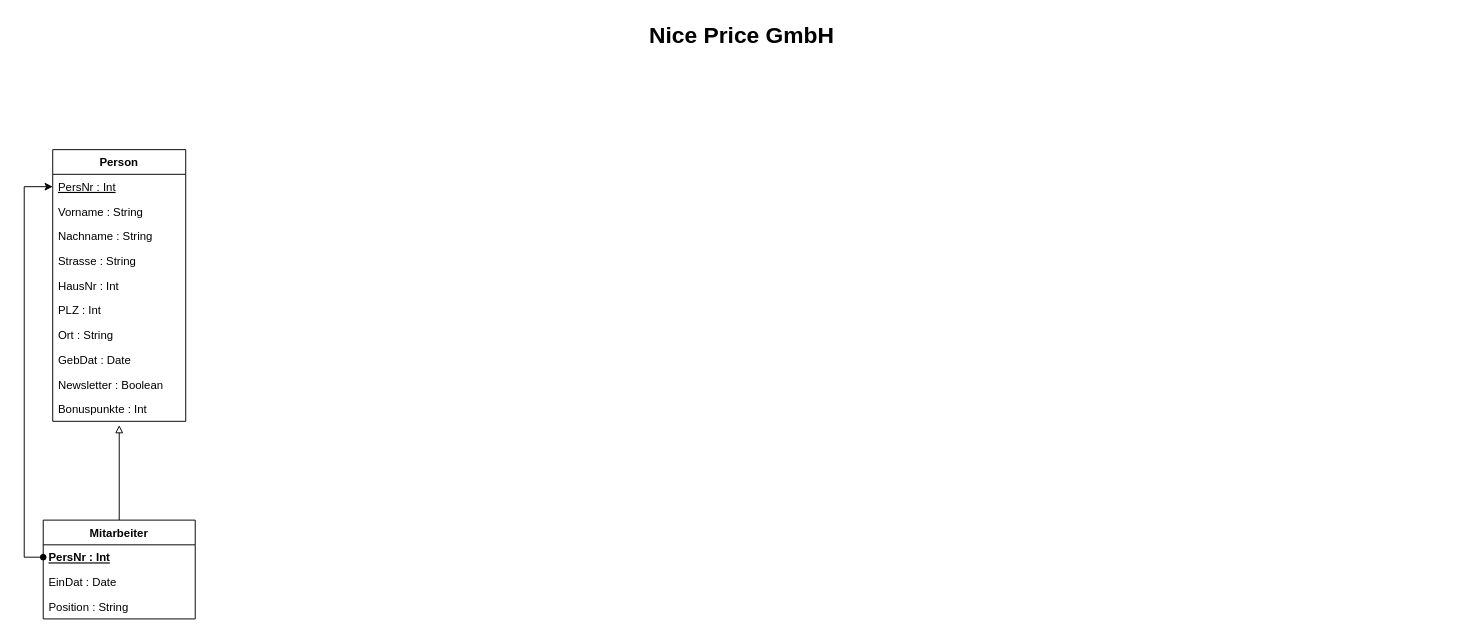
This is NicePriceUML.drawio from Resteklicken/DBS, a draw.io file, before an edit. Source tidied: cells renumbered, new cells numbered last; positions are measured from the earlier drawing's top-left corner, leaving out a move shared by most shapes. Both pictures are drawn from the tidied source at 95%, with x=0, y=0 at pixel (24, 16).
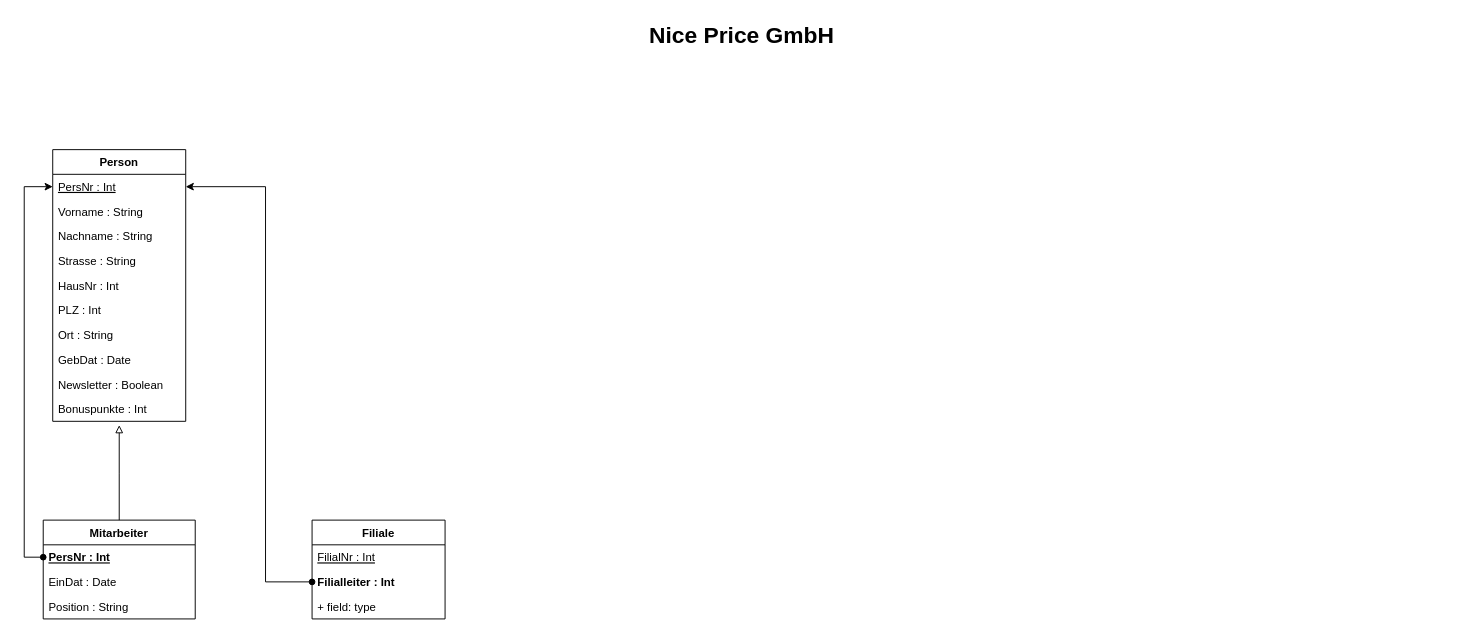
The same diagram, later.

Commit message:
Added Filiale Table

The change refers to these unchanged cells:
```xml
<mxCell id="4" value="PersNr : Int" style="text;strokeColor=none;align=left;verticalAlign=top;spacingLeft=4;spacingRight=4;overflow=hidden;points=[[0,0.5],[1,0.5]];portConstraint=eastwest;fontStyle=4;" parent="3" vertex="1">
  <mxGeometry y="26" width="140" height="26" as="geometry" />
</mxCell>
<mxCell id="15" value="Mitarbeiter&#10;" style="swimlane;fontStyle=1;align=center;verticalAlign=top;horizontal=1;startSize=26;fillColor=none;" parent="1" vertex="1">
  <mxGeometry x="20" y="530" width="160" height="104" as="geometry" />
</mxCell>
```

The edit, as a diff of the source:
```diff
@@
-    <mxCell id="14" style="edgeStyle=orthogonalEdgeStyle;rounded=0;jettySize=auto;html=1;endArrow=block;endFill=0;" parent="1" edge="1" source="15">
+    <mxCell id="14" style="edgeStyle=orthogonalEdgeStyle;rounded=0;jettySize=auto;html=1;endArrow=block;endFill=0;horizontal=1;" parent="1" edge="1" source="15">
       <mxGeometry relative="1" as="geometry">
         <mxPoint x="100" y="430" as="targetPoint" />
       </mxGeometry>
     </mxCell>
@@
+    <mxCell id="20" value="Filiale" style="swimlane;fontStyle=1;horizontal=1;startSize=26;fillColor=none;" parent="1" vertex="1">
+      <mxGeometry x="303" y="530" width="140" height="104" as="geometry" />
+    </mxCell>
+    <mxCell id="21" value="FilialNr : Int" style="text;strokeColor=none;fillColor=none;align=left;verticalAlign=top;spacingLeft=4;spacingRight=4;overflow=hidden;fontStyle=4;" parent="20" vertex="1">
+      <mxGeometry y="26" width="140" height="26" as="geometry" />
+    </mxCell>
+    <mxCell id="22" value="Filialleiter : Int" style="text;strokeColor=none;fillColor=none;align=left;verticalAlign=top;spacingLeft=4;spacingRight=4;overflow=hidden;points=[[0,0.5],[1,0.5]];portConstraint=eastwest;fontStyle=1;" parent="20" vertex="1">
+      <mxGeometry y="52" width="140" height="26" as="geometry" />
+    </mxCell>
+    <mxCell id="23" value="+ field: type" style="text;strokeColor=none;fillColor=none;align=left;verticalAlign=top;spacingLeft=4;spacingRight=4;overflow=hidden;" parent="20" vertex="1">
+      <mxGeometry y="78" width="140" height="26" as="geometry" />
+    </mxCell>
+    <mxCell id="24" style="edgeStyle=orthogonalEdgeStyle;rounded=0;jettySize=auto;html=1;exitX=0;exitY=0.5;exitDx=0;exitDy=0;startArrow=oval;startFill=1;endArrow=classic;endFill=1;entryX=1;entryY=0.5;entryDx=0;entryDy=0;" parent="1" edge="1" source="22" target="4">
+      <mxGeometry relative="1" as="geometry">
+        <Array as="points">
+          <mxPoint x="254" y="595" />
+          <mxPoint x="254" y="179" />
+        </Array>
+      </mxGeometry>
+    </mxCell>
```
